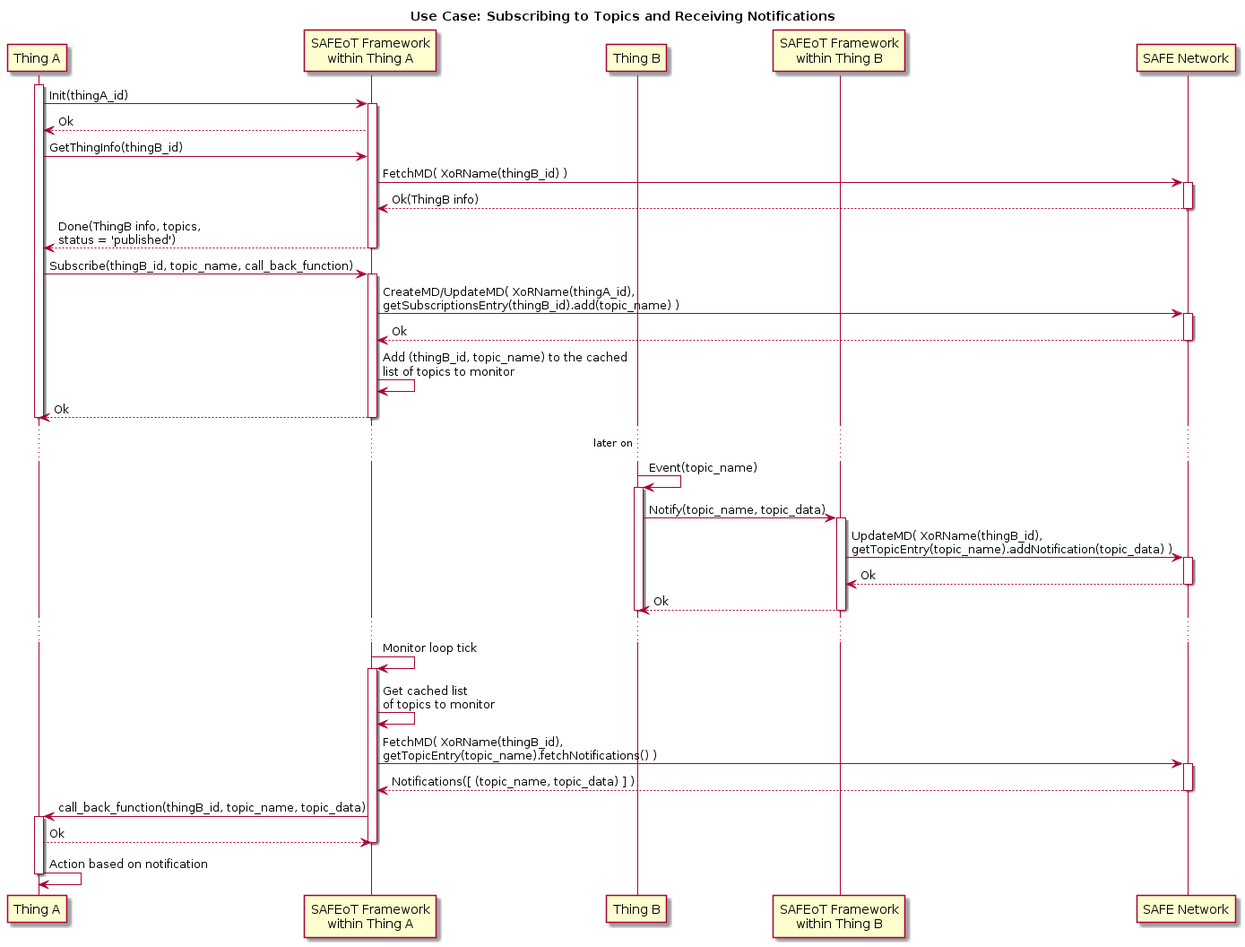
Earlier version of the PlantUML export misc/UC_subscriptions_and_notifications.png (bochaco/safe_thing).
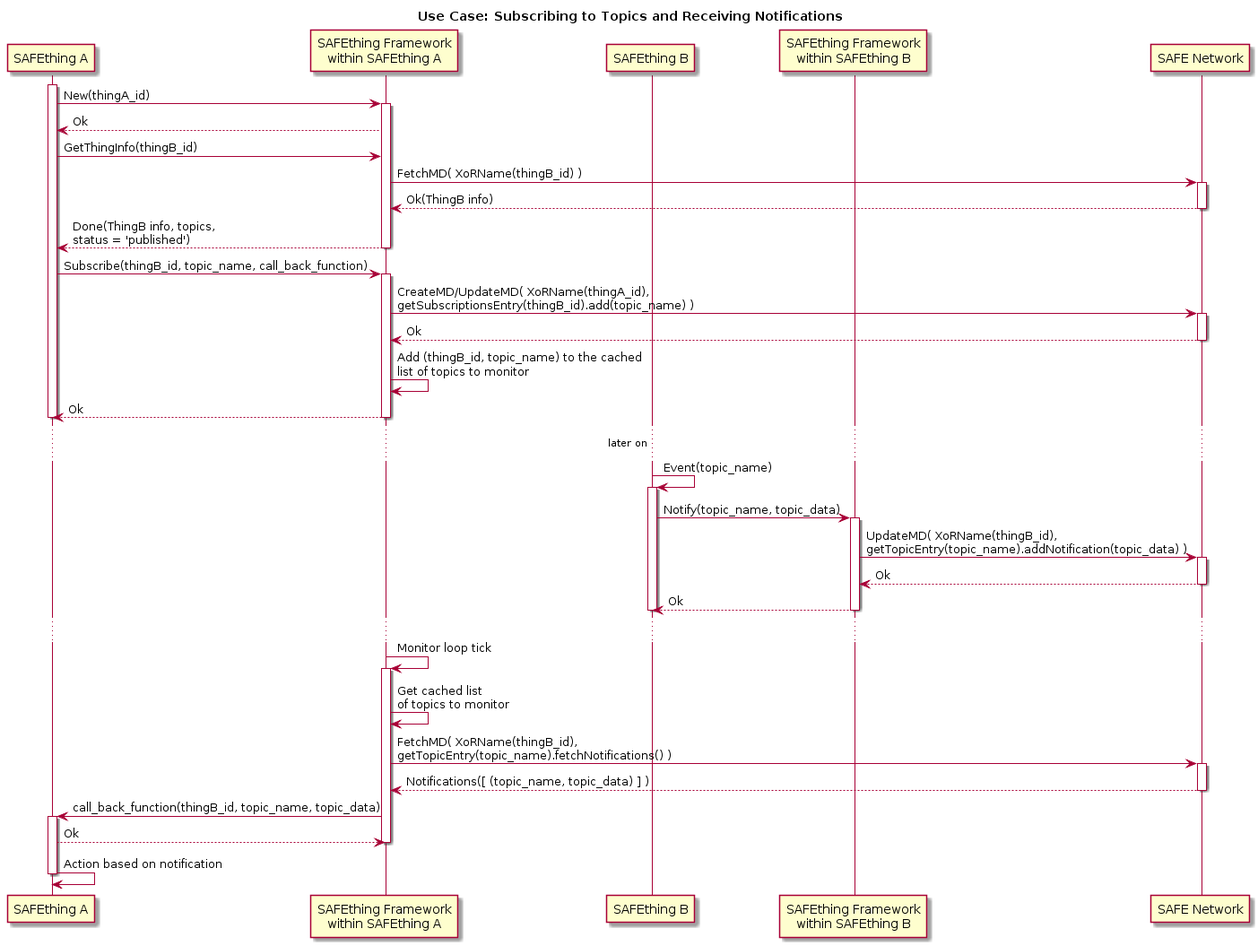
Later version of the same file.

What changed in the source:
```diff
@@ -1,77 +1,77 @@
 @startuml
 title **Use Case: Subscribing to Topics and Receiving Notifications**
 
-participant "Thing A" as thingA
-participant "SAFEoT Framework\nwithin Thing A" as safeotA
-participant "Thing B" as thingB
-participant "SAFEoT Framework\nwithin Thing B" as safeotB
+participant "SAFEthing A" as thingA
+participant "SAFEthing Framework\nwithin SAFEthing A" as frameworkA
+participant "SAFEthing B" as thingB
+participant "SAFEthing Framework\nwithin SAFEthing B" as frameworkB
 participant "SAFE Network" as safenet
 
 activate thingA
-thingA -> safeotA: Init(thingA_id)
-activate safeotA
-thingA <-- safeotA: Ok
-thingA -> safeotA: GetThingInfo(thingB_id)
+thingA -> frameworkA: New(thingA_id)
+activate frameworkA
+thingA <-- frameworkA: Ok
+thingA -> frameworkA: GetThingInfo(thingB_id)
 
-safeotA -> safenet: FetchMD( XoRName(thingB_id) )
+frameworkA -> safenet: FetchMD( XoRName(thingB_id) )
 activate safenet
 
-safeotA <-- safenet: Ok(ThingB info)
+frameworkA <-- safenet: Ok(ThingB info)
 deactivate safenet
 
-thingA <-- safeotA: Done(ThingB info, topics,\nstatus = 'published')
-deactivate safeotA
+thingA <-- frameworkA: Done(ThingB info, topics,\nstatus = 'published')
+deactivate frameworkA
 
-thingA -> safeotA: Subscribe(thingB_id, topic_name, call_back_function)
-activate safeotA
+thingA -> frameworkA: Subscribe(thingB_id, topic_name, call_back_function)
+activate frameworkA
 
-safeotA -> safenet: CreateMD/UpdateMD( XoRName(thingA_id),\ngetSubscriptionsEntry(thingB_id).add(topic_name) )
+frameworkA -> safenet: CreateMD/UpdateMD( XoRName(thingA_id),\ngetSubscriptionsEntry(thingB_id).add(topic_name) )
 activate safenet
 
-safeotA <-- safenet: Ok
+frameworkA <-- safenet: Ok
 deactivate safenet
 
-safeotA -> safeotA: Add (thingB_id, topic_name) to the cached\nlist of topics to monitor
+frameworkA -> frameworkA: Add (thingB_id, topic_name) to the cached\nlist of topics to monitor
 
-thingA <-- safeotA: Ok
-deactivate safeotA
+thingA <-- frameworkA: Ok
+deactivate frameworkA
 deactivate thingA
 
 ...later on...
 thingB -> thingB: Event(topic_name)
 activate thingB
 
-thingB -> safeotB: Notify(topic_name, topic_data)
-activate safeotB
+thingB -> frameworkB: Notify(topic_name, topic_data)
+activate frameworkB
 
-safeotB -> safenet: UpdateMD( XoRName(thingB_id),\ngetTopicEntry(topic_name).addNotification(topic_data) )
+frameworkB -> safenet: UpdateMD( XoRName(thingB_id),\ngetTopicEntry(topic_name).addNotification(topic_data) )
 activate safenet
 
-safeotB <-- safenet: Ok
+frameworkB <-- safenet: Ok
 deactivate safenet
 
-thingB <-- safeotB: Ok
-deactivate safeotB
+thingB <-- frameworkB: Ok
+deactivate frameworkB
 deactivate thingB
 
 ...
 
-safeotA -> safeotA: Monitor loop tick
-activate safeotA
+frameworkA -> frameworkA: Monitor loop tick
+activate frameworkA
 
-safeotA -> safeotA: Get cached list\nof topics to monitor
+frameworkA -> frameworkA: Get cached list\nof topics to monitor
 
-safeotA -> safenet: FetchMD( XoRName(thingB_id),\ngetTopicEntry(topic_name).fetchNotifications() )
+frameworkA -> safenet: FetchMD( XoRName(thingB_id),\ngetTopicEntry(topic_name).fetchNotifications() )
 activate safenet
 
-safeotA <-- safenet: Notifications([ (topic_name, topic_data) ] )
+frameworkA <-- safenet: Notifications([ (topic_name, topic_data) ] )
 deactivate safenet
 
-thingA <- safeotA: call_back_function(thingB_id, topic_name, topic_data)
+thingA <- frameworkA: call_back_function(thingB_id, topic_name, topic_data)
 activate thingA
 
-thingA --> safeotA: Ok
-deactivate safeotA
+thingA --> frameworkA: Ok
+deactivate frameworkA
 
 thingA -> thingA: Action based on notification
 deactivate thingA
```
